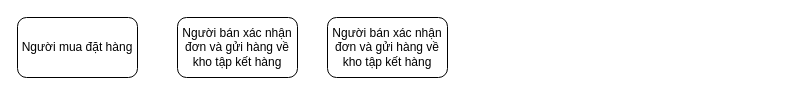
Before: FlowBuyToRecive.drawio in NguyenQuocAn99/MyDiagram, a draw.io diagram. Source tidied: cells renumbered, new cells numbered last; positions are measured from the earlier drawing's top-left corner, leaving out a move shared by most shapes. Both pictures are drawn from the tidied source at 100%, with x=0, y=0 at pixel (17, 17).
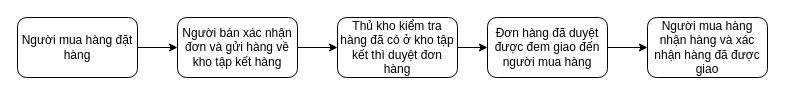
After the change.

The edit, as a diff of the source:
```diff
@@
 <mxGraphModel>
   <root>
     <mxCell id="0" />
     <mxCell id="1" parent="0" />
-    <mxCell id="2" value="Người mua đặt hàng" style="rounded=1;whiteSpace=wrap;html=1;" parent="1" vertex="1">
+    <mxCell id="2" value="Người mua hàng đặt hàng" style="rounded=1;whiteSpace=wrap;html=1;" parent="1" vertex="1">
       <mxGeometry width="120" height="60" as="geometry" />
     </mxCell>
     <mxCell id="3" value="Người bán xác nhận đơn và gửi hàng về kho tập kết hàng" style="rounded=1;whiteSpace=wrap;html=1;" parent="1" vertex="1">
       <mxGeometry x="160" width="120" height="60" as="geometry" />
     </mxCell>
-    <mxCell id="4" value="Người bán xác nhận đơn và gửi hàng về kho tập kết hàng" style="rounded=1;whiteSpace=wrap;html=1;" parent="1" vertex="1">
-      <mxGeometry x="310" width="120" height="60" as="geometry" />
+    <mxCell id="4" value="Thủ kho kiểm tra hàng đã có ở kho tập kết thì duyệt đơn hàng" style="rounded=1;whiteSpace=wrap;html=1;" parent="1" vertex="1">
+      <mxGeometry x="320" width="120" height="60" as="geometry" />
     </mxCell>
+    <mxCell id="5" value="Đơn hàng đã duyệt được đem giao đến người mua hàng" style="rounded=1;whiteSpace=wrap;html=1;" parent="1" vertex="1">
+      <mxGeometry x="470" width="120" height="60" as="geometry" />
+    </mxCell>
+    <mxCell id="6" value="Người mua hàng nhận hàng và xác nhận hàng đã được giao" style="rounded=1;whiteSpace=wrap;html=1;" parent="1" vertex="1">
+      <mxGeometry x="630" width="120" height="60" as="geometry" />
+    </mxCell>
+    <mxCell id="7" style="endArrow=classic;html=1;exitX=1;exitY=0.5;exitDx=0;exitDy=0;entryX=0;entryY=0.5;entryDx=0;entryDy=0;" parent="1" edge="1" source="2" target="3">
+      <mxGeometry relative="1" as="geometry" />
+    </mxCell>
+    <mxCell id="8" style="endArrow=classic;html=1;exitX=1;exitY=0.5;exitDx=0;exitDy=0;entryX=0;entryY=0.5;entryDx=0;entryDy=0;" parent="1" edge="1" source="3" target="4">
+      <mxGeometry relative="1" as="geometry" />
+    </mxCell>
+    <mxCell id="9" style="endArrow=classic;html=1;entryX=0;entryY=0.5;entryDx=0;entryDy=0;exitX=1;exitY=0.5;exitDx=0;exitDy=0;" parent="1" edge="1" source="4" target="5">
+      <mxGeometry relative="1" as="geometry" />
+    </mxCell>
+    <mxCell id="10" style="endArrow=classic;html=1;exitX=1;exitY=0.5;exitDx=0;exitDy=0;entryX=0;entryY=0.5;entryDx=0;entryDy=0;" parent="1" edge="1" source="5" target="6">
+      <mxGeometry relative="1" as="geometry" />
+    </mxCell>
   </root>
 </mxGraphModel>
```
